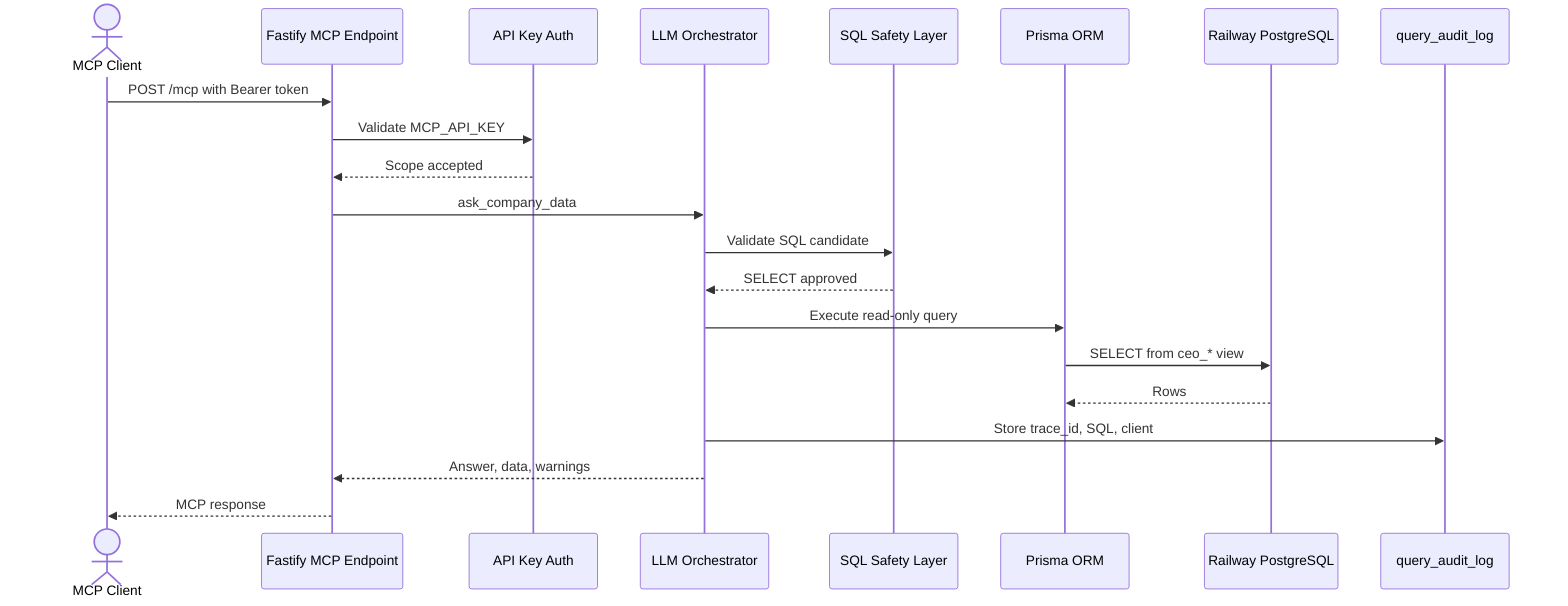
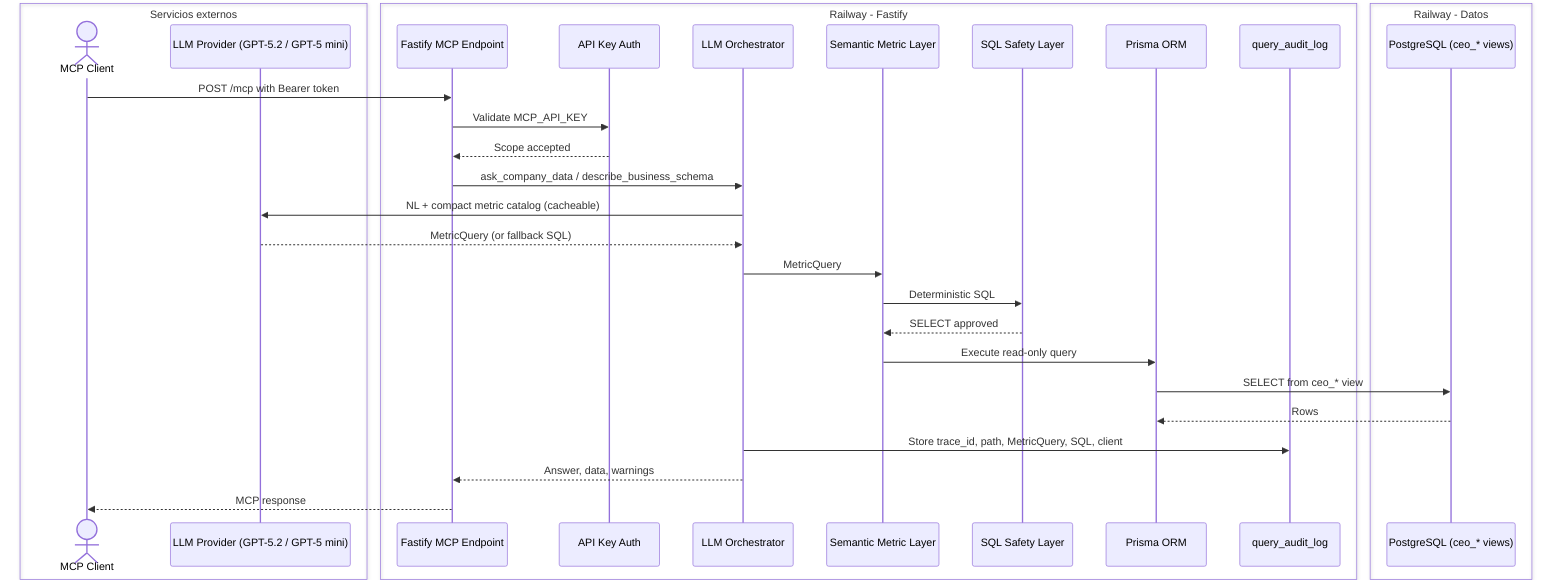
sequenceDiagram
+   box Servicios externos
  actor Client as MCP Client
+   participant LLM as LLM Provider (GPT-5.2 / GPT-5 mini)
+   end
+   box Railway - Fastify
  participant MCP as Fastify MCP Endpoint
  participant Auth as API Key Auth
  participant Orch as LLM Orchestrator
+   participant Sem as Semantic Metric Layer
  participant Safety as SQL Safety Layer
  participant Prisma as Prisma ORM
-   participant DB as Railway PostgreSQL
  participant Audit as query_audit_log
+   end
+   box Railway - Datos
+   participant DB as PostgreSQL (ceo_* views)
+   end

  Client->>MCP: POST /mcp with Bearer token
  MCP->>Auth: Validate MCP_API_KEY
  Auth-->>MCP: Scope accepted
-   MCP->>Orch: ask_company_data
-   Orch->>Safety: Validate SQL candidate
-   Safety-->>Orch: SELECT approved
-   Orch->>Prisma: Execute read-only query
+   MCP->>Orch: ask_company_data / describe_business_schema
+   Orch->>LLM: NL + compact metric catalog (cacheable)
+   LLM-->>Orch: MetricQuery (or fallback SQL)
+   Orch->>Sem: MetricQuery
+   Sem->>Safety: Deterministic SQL
+   Safety-->>Sem: SELECT approved
+   Sem->>Prisma: Execute read-only query
  Prisma->>DB: SELECT from ceo_* view
  DB-->>Prisma: Rows
-   Orch->>Audit: Store trace_id, SQL, client
+   Orch->>Audit: Store trace_id, path, MetricQuery, SQL, client
  Orch-->>MCP: Answer, data, warnings
  MCP-->>Client: MCP response
